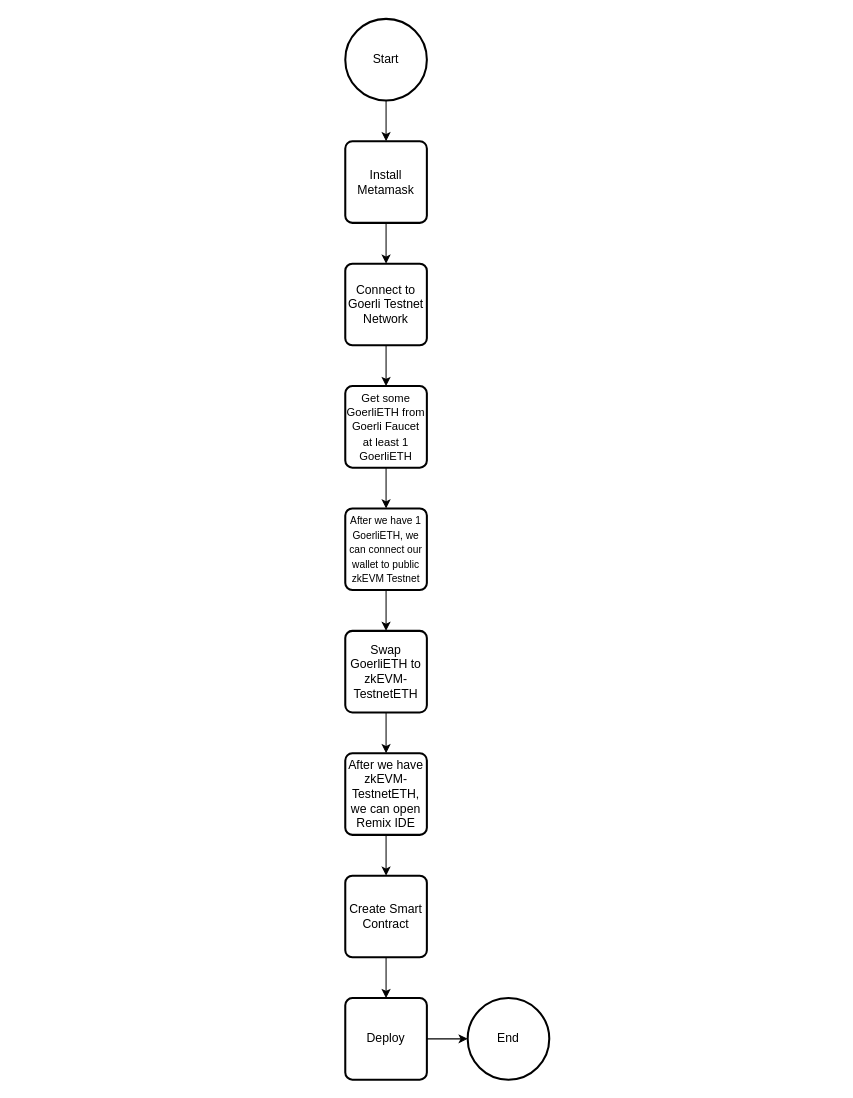
The draw.io diagram zkEVM Flowchart.drawio in hanggaa/Diagram, before the edit. Source tidied: cells renumbered, new cells numbered last; positions are measured from the earlier drawing's top-left corner, leaving out a move shared by most shapes. Both pictures are drawn from the tidied source at 102%, with x=0, y=0 at pixel (345, 18). Pictures stored in the file or linked from it are replaced by grey dashed boxes.
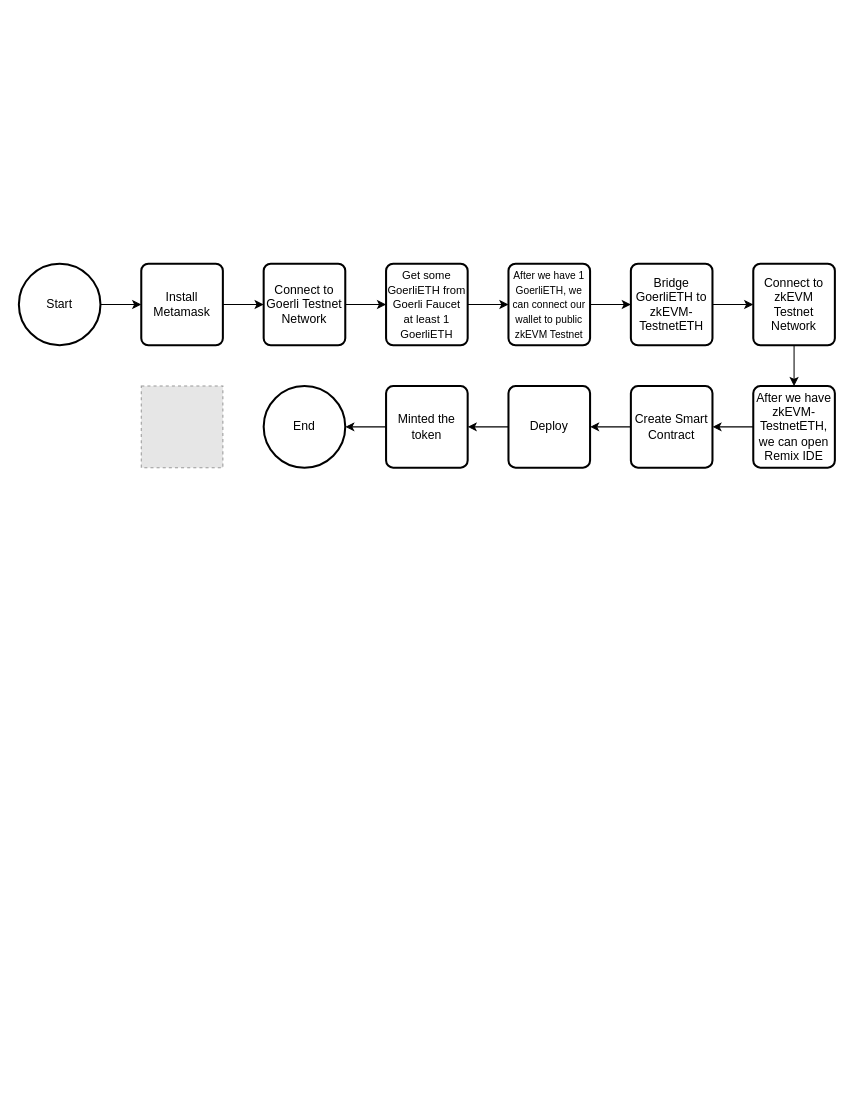
After the change.

What changed in the source:
```diff
@@
-    <mxCell id="2" style="edgeStyle=orthogonalEdgeStyle;rounded=0;jettySize=auto;html=1;exitX=0.5;exitY=1;exitDx=0;exitDy=0;entryX=0.5;entryY=0;entryDx=0;entryDy=0;" parent="1" edge="1" source="3" target="7">
+    <mxCell id="2" style="edgeStyle=orthogonalEdgeStyle;rounded=0;jettySize=auto;html=1;exitX=1;exitY=0.5;exitDx=0;exitDy=0;entryX=0;entryY=0.5;entryDx=0;entryDy=0;" parent="1" edge="1" source="3" target="7">
       <mxGeometry relative="1" as="geometry" />
     </mxCell>
     <mxCell id="3" value="Install Metamask" style="rounded=1;whiteSpace=wrap;html=1;absoluteArcSize=1;arcSize=14;strokeWidth=2;" parent="1" vertex="1">
-      <mxGeometry y="120" width="80" height="80" as="geometry" />
+      <mxGeometry x="-200" y="240" width="80" height="80" as="geometry" />
     </mxCell>
-    <mxCell id="4" style="edgeStyle=orthogonalEdgeStyle;rounded=0;jettySize=auto;html=1;exitX=0.5;exitY=1;exitDx=0;exitDy=0;exitPerimeter=0;entryX=0.5;entryY=0;entryDx=0;entryDy=0;" parent="1" edge="1" source="5" target="3">
+    <mxCell id="4" style="edgeStyle=orthogonalEdgeStyle;rounded=0;jettySize=auto;html=1;exitX=1;exitY=0.5;exitDx=0;exitDy=0;exitPerimeter=0;entryX=0;entryY=0.5;entryDx=0;entryDy=0;" parent="1" edge="1" source="5" target="3">
       <mxGeometry relative="1" as="geometry" />
     </mxCell>
     <mxCell id="5" value="Start" style="strokeWidth=2;html=1;shape=mxgraph.flowchart.start_2;whiteSpace=wrap;" parent="1" vertex="1">
-      <mxGeometry width="80" height="80" as="geometry" />
+      <mxGeometry x="-320" y="240" width="80" height="80" as="geometry" />
     </mxCell>
-    <mxCell id="6" style="edgeStyle=orthogonalEdgeStyle;rounded=0;jettySize=auto;html=1;exitX=0.5;exitY=1;exitDx=0;exitDy=0;entryX=0.5;entryY=0;entryDx=0;entryDy=0;" parent="1" edge="1" source="7" target="9">
+    <mxCell id="6" style="edgeStyle=orthogonalEdgeStyle;rounded=0;jettySize=auto;html=1;exitX=1;exitY=0.5;exitDx=0;exitDy=0;entryX=0;entryY=0.5;entryDx=0;entryDy=0;" parent="1" edge="1" source="7" target="9">
       <mxGeometry relative="1" as="geometry" />
     </mxCell>
     <mxCell id="7" value="Connect to Goerli Testnet Network" style="rounded=1;whiteSpace=wrap;html=1;absoluteArcSize=1;arcSize=14;strokeWidth=2;" parent="1" vertex="1">
-      <mxGeometry y="240" width="80" height="80" as="geometry" />
+      <mxGeometry x="-80" y="240" width="80" height="80" as="geometry" />
     </mxCell>
-    <mxCell id="8" style="edgeStyle=orthogonalEdgeStyle;rounded=0;jettySize=auto;html=1;exitX=0.5;exitY=1;exitDx=0;exitDy=0;entryX=0.5;entryY=0;entryDx=0;entryDy=0;fontSize=10;" parent="1" edge="1" source="9" target="11">
+    <mxCell id="8" style="edgeStyle=orthogonalEdgeStyle;rounded=0;jettySize=auto;html=1;exitX=1;exitY=0.5;exitDx=0;exitDy=0;entryX=0;entryY=0.5;entryDx=0;entryDy=0;" parent="1" edge="1" source="9" target="11">
       <mxGeometry relative="1" as="geometry" />
     </mxCell>
     <mxCell id="9" value="&lt;font style=&quot;font-size: 11px;&quot;&gt;Get some GoerliETH from Goerli Faucet at least 1 GoerliETH&lt;/font&gt;" style="rounded=1;whiteSpace=wrap;html=1;absoluteArcSize=1;arcSize=14;strokeWidth=2;" parent="1" vertex="1">
-      <mxGeometry y="360" width="80" height="80" as="geometry" />
+      <mxGeometry x="40" y="240" width="80" height="80" as="geometry" />
     </mxCell>
-    <mxCell id="10" style="edgeStyle=orthogonalEdgeStyle;rounded=0;jettySize=auto;html=1;exitX=0.5;exitY=1;exitDx=0;exitDy=0;entryX=0.5;entryY=0;entryDx=0;entryDy=0;fontSize=12;" parent="1" edge="1" source="11" target="13">
+    <mxCell id="10" style="edgeStyle=orthogonalEdgeStyle;rounded=0;jettySize=auto;html=1;exitX=1;exitY=0.5;exitDx=0;exitDy=0;entryX=0;entryY=0.5;entryDx=0;entryDy=0;" parent="1" edge="1" source="11" target="13">
       <mxGeometry relative="1" as="geometry" />
     </mxCell>
     <mxCell id="11" value="&lt;font style=&quot;font-size: 10px;&quot;&gt;After we have 1 GoerliETH, we can connect our wallet to public zkEVM Testnet&lt;/font&gt;" style="rounded=1;whiteSpace=wrap;html=1;absoluteArcSize=1;arcSize=14;strokeWidth=2;" parent="1" vertex="1">
-      <mxGeometry y="480" width="80" height="80" as="geometry" />
+      <mxGeometry x="160" y="240" width="80" height="80" as="geometry" />
     </mxCell>
-    <mxCell id="12" style="edgeStyle=orthogonalEdgeStyle;rounded=0;jettySize=auto;html=1;exitX=0.5;exitY=1;exitDx=0;exitDy=0;entryX=0.5;entryY=0;entryDx=0;entryDy=0;fontSize=12;" parent="1" edge="1" source="13" target="15">
-      <mxGeometry relative="1" as="geometry" />
-    </mxCell>
+    <mxCell id="21" style="edgeStyle=orthogonalEdgeStyle;rounded=0;jettySize=auto;html=1;exitX=1;exitY=0.5;exitDx=0;exitDy=0;entryX=0;entryY=0.5;entryDx=0;entryDy=0;" parent="1" edge="1" source="13" target="24">
+      <mxGeometry relative="1" as="geometry" />
+    </mxCell>
-    <mxCell id="13" value="&lt;font style=&quot;font-size: 12px;&quot;&gt;Swap GoerliETH to zkEVM-TestnetETH&lt;/font&gt;" style="rounded=1;whiteSpace=wrap;html=1;absoluteArcSize=1;arcSize=14;strokeWidth=2;" parent="1" vertex="1">
-      <mxGeometry y="600" width="80" height="80" as="geometry" />
+    <mxCell id="13" value="&lt;font style=&quot;font-size: 12px;&quot;&gt;Bridge GoerliETH to zkEVM-TestnetETH&lt;/font&gt;" style="rounded=1;whiteSpace=wrap;html=1;absoluteArcSize=1;arcSize=14;strokeWidth=2;" parent="1" vertex="1">
+      <mxGeometry x="280" y="240" width="80" height="80" as="geometry" />
     </mxCell>
-    <mxCell id="14" style="edgeStyle=orthogonalEdgeStyle;rounded=0;jettySize=auto;html=1;exitX=0.5;exitY=1;exitDx=0;exitDy=0;entryX=0.5;entryY=0;entryDx=0;entryDy=0;fontSize=12;" parent="1" edge="1" source="15" target="17">
+    <mxCell id="14" style="edgeStyle=orthogonalEdgeStyle;rounded=0;jettySize=auto;html=1;exitX=0;exitY=0.5;exitDx=0;exitDy=0;entryX=1;entryY=0.5;entryDx=0;entryDy=0;" parent="1" edge="1" source="15" target="17">
       <mxGeometry relative="1" as="geometry" />
     </mxCell>
     <mxCell id="15" value="&lt;font style=&quot;font-size: 12px;&quot;&gt;After we have zkEVM-TestnetETH, we can open Remix IDE&lt;/font&gt;" style="rounded=1;whiteSpace=wrap;html=1;absoluteArcSize=1;arcSize=14;strokeWidth=2;" parent="1" vertex="1">
-      <mxGeometry y="720" width="80" height="80" as="geometry" />
+      <mxGeometry x="400" y="360" width="80" height="80" as="geometry" />
     </mxCell>
-    <mxCell id="16" style="edgeStyle=orthogonalEdgeStyle;rounded=0;jettySize=auto;html=1;exitX=0.5;exitY=1;exitDx=0;exitDy=0;entryX=0.5;entryY=0;entryDx=0;entryDy=0;" parent="1" edge="1" source="17" target="19">
+    <mxCell id="16" style="edgeStyle=orthogonalEdgeStyle;rounded=0;jettySize=auto;html=1;exitX=0;exitY=0.5;exitDx=0;exitDy=0;entryX=1;entryY=0.5;entryDx=0;entryDy=0;" parent="1" edge="1" source="17" target="19">
       <mxGeometry relative="1" as="geometry" />
     </mxCell>
     <mxCell id="17" value="&lt;font style=&quot;font-size: 12px;&quot;&gt;Create Smart Contract&lt;/font&gt;" style="rounded=1;whiteSpace=wrap;html=1;absoluteArcSize=1;arcSize=14;strokeWidth=2;" parent="1" vertex="1">
-      <mxGeometry y="840" width="80" height="80" as="geometry" />
+      <mxGeometry x="280" y="360" width="80" height="80" as="geometry" />
     </mxCell>
-    <mxCell id="18" style="edgeStyle=orthogonalEdgeStyle;rounded=0;jettySize=auto;html=1;exitX=1;exitY=0.5;exitDx=0;exitDy=0;entryX=0;entryY=0.5;entryDx=0;entryDy=0;entryPerimeter=0;" parent="1" edge="1" source="19" target="20">
-      <mxGeometry relative="1" as="geometry" />
-    </mxCell>
+    <mxCell id="22" style="edgeStyle=orthogonalEdgeStyle;rounded=0;jettySize=auto;html=1;exitX=0;exitY=0.5;exitDx=0;exitDy=0;entryX=1;entryY=0.5;entryDx=0;entryDy=0;" parent="1" edge="1" source="19" target="26">
+      <mxGeometry relative="1" as="geometry" />
+    </mxCell>
     <mxCell id="19" value="&lt;font style=&quot;font-size: 12px;&quot;&gt;Deploy&lt;/font&gt;" style="rounded=1;whiteSpace=wrap;html=1;absoluteArcSize=1;arcSize=14;strokeWidth=2;" parent="1" vertex="1">
-      <mxGeometry y="960" width="80" height="80" as="geometry" />
+      <mxGeometry x="160" y="360" width="80" height="80" as="geometry" />
     </mxCell>
     <mxCell id="20" value="End" style="strokeWidth=2;html=1;shape=mxgraph.flowchart.start_2;whiteSpace=wrap;" parent="1" vertex="1">
-      <mxGeometry x="120" y="960" width="80" height="80" as="geometry" />
+      <mxGeometry x="-80" y="360" width="80" height="80" as="geometry" />
     </mxCell>
+    <mxCell id="23" style="edgeStyle=orthogonalEdgeStyle;rounded=0;jettySize=auto;html=1;exitX=0.5;exitY=1;exitDx=0;exitDy=0;entryX=0.5;entryY=0;entryDx=0;entryDy=0;" parent="1" edge="1" source="24" target="15">
+      <mxGeometry relative="1" as="geometry" />
+    </mxCell>
+    <mxCell id="24" value="Connect to zkEVM Testnet Network" style="rounded=1;whiteSpace=wrap;html=1;absoluteArcSize=1;arcSize=14;strokeWidth=2;" parent="1" vertex="1">
+      <mxGeometry x="400" y="240" width="80" height="80" as="geometry" />
+    </mxCell>
+    <mxCell id="25" style="edgeStyle=orthogonalEdgeStyle;rounded=0;jettySize=auto;html=1;exitX=0;exitY=0.5;exitDx=0;exitDy=0;entryX=1;entryY=0.5;entryDx=0;entryDy=0;entryPerimeter=0;" parent="1" edge="1" source="26" target="20">
+      <mxGeometry relative="1" as="geometry" />
+    </mxCell>
+    <mxCell id="26" value="&lt;font style=&quot;font-size: 12px;&quot;&gt;Minted the token&lt;/font&gt;" style="rounded=1;whiteSpace=wrap;html=1;absoluteArcSize=1;arcSize=14;strokeWidth=2;" parent="1" vertex="1">
+      <mxGeometry x="40" y="360" width="80" height="80" as="geometry" />
+    </mxCell>
+    <mxCell id="27" style="fillColor=#E6E6E6;strokeColor=#999999;dashed=1;verticalLabelPosition=bottom;labelBackgroundColor=default;verticalAlign=top;" parent="1" vertex="1">
+      <mxGeometry x="-200" y="360" width="80" height="80" as="geometry" />
+    </mxCell>
```
